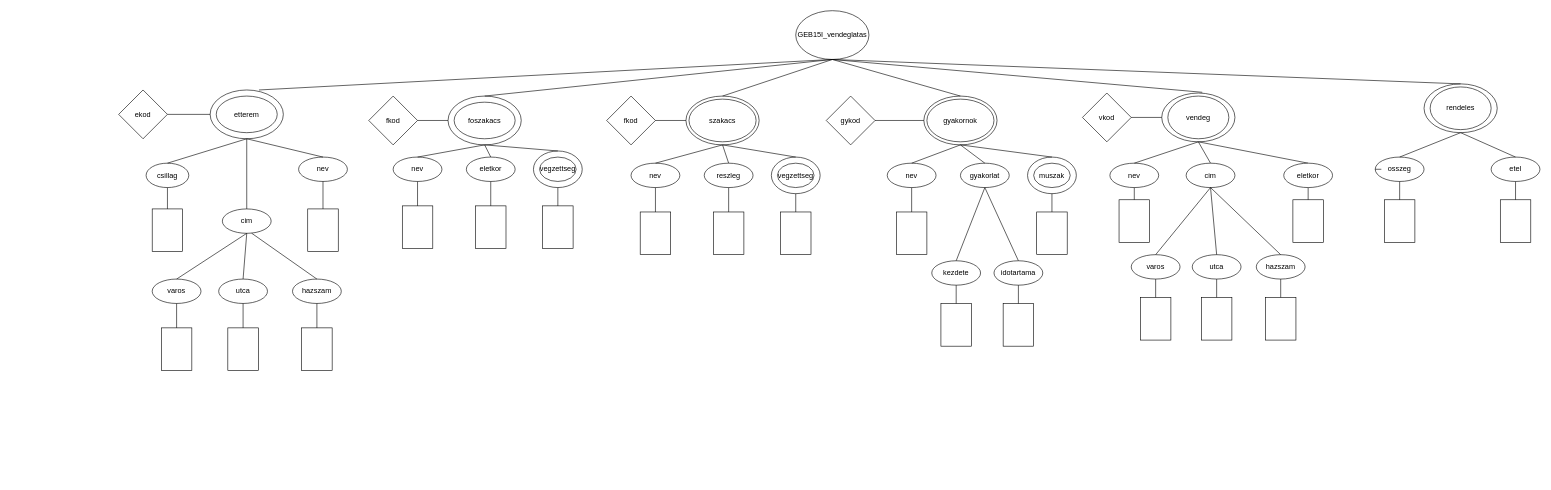
Above: GEB15I_1008/GEB15I_vendeglatas.drawio in kdavid16/GEB15IWebXML (draw.io), before the change. Source tidied: cells renumbered, new cells numbered last; positions are measured from the earlier drawing's top-left corner, leaving out a move shared by most shapes. Both pictures are drawn from the tidied source at 61%, with x=0, y=0 at pixel (118, 10).
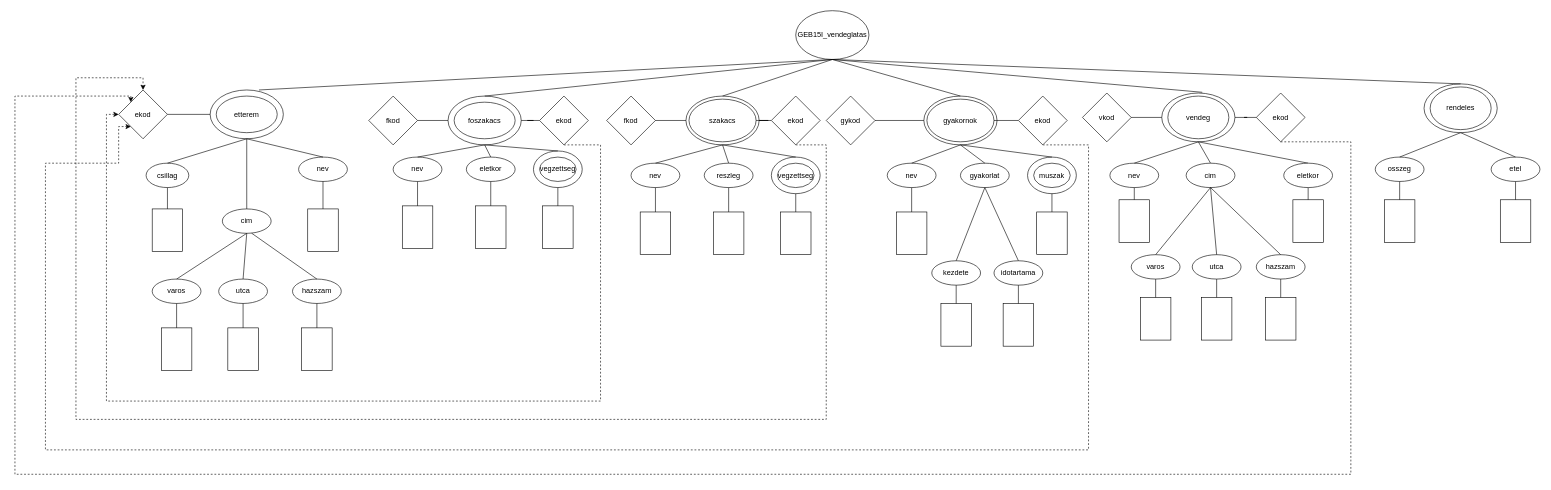
The same diagram, later.

Commit message:
negyedik gyakorlat

The change refers to these unchanged cells:
```xml
<mxCell id="5" style="ellipse;whiteSpace=wrap;html=1;" parent="1" vertex="1">
  <mxGeometry x="540" y="140" width="120" height="80" as="geometry" />
</mxCell>
<mxCell id="8" value="szakacs" style="ellipse;whiteSpace=wrap;html=1;" parent="1" vertex="1">
  <mxGeometry x="935" y="145" width="110" height="70" as="geometry" />
</mxCell>
<mxCell id="10" value="gyakornok" style="ellipse;whiteSpace=wrap;html=1;" parent="1" vertex="1">
  <mxGeometry x="1325" y="145" width="110" height="70" as="geometry" />
</mxCell>
<mxCell id="11" style="ellipse;whiteSpace=wrap;html=1;" parent="1" vertex="1">
  <mxGeometry x="1710" y="135" width="120" height="80" as="geometry" />
</mxCell>
<mxCell id="32" value="ekod" style="rhombus;whiteSpace=wrap;html=1;" parent="1" vertex="1">
  <mxGeometry y="130" width="80" height="80" as="geometry" />
</mxCell>
<mxCell id="120" value="osszeg" style="ellipse;whiteSpace=wrap;html=1;" parent="1" vertex="1">
  <mxGeometry x="2060" y="240" width="80" height="40" as="geometry" />
</mxCell>
```

Change to the diagram source:
```diff
@@
+    <mxCell id="129" style="edgeStyle=orthogonalEdgeStyle;rounded=0;jettySize=auto;html=1;exitX=0.5;exitY=1;exitDx=0;exitDy=0;entryX=0;entryY=0.5;entryDx=0;entryDy=0;dashed=1;" parent="1" edge="1" source="134" target="32">
+      <mxGeometry relative="1" as="geometry">
+        <Array as="points">
+          <mxPoint x="790" y="220" />
+          <mxPoint x="790" y="640" />
+          <mxPoint x="-20" y="640" />
+          <mxPoint x="-20" y="170" />
+        </Array>
+      </mxGeometry>
+    </mxCell>
@@
+    <mxCell id="130" style="edgeStyle=orthogonalEdgeStyle;rounded=0;jettySize=auto;html=1;exitX=0.5;exitY=1;exitDx=0;exitDy=0;entryX=0.5;entryY=0;entryDx=0;entryDy=0;dashed=1;" parent="1" edge="1" source="136" target="32">
+      <mxGeometry relative="1" as="geometry">
+        <Array as="points">
+          <mxPoint x="1160" y="220" />
+          <mxPoint x="1160" y="670" />
+          <mxPoint x="-70" y="670" />
+          <mxPoint x="-70" y="110" />
+          <mxPoint x="40" y="110" />
+        </Array>
+      </mxGeometry>
+    </mxCell>
@@
+    <mxCell id="131" style="edgeStyle=orthogonalEdgeStyle;rounded=0;jettySize=auto;html=1;exitX=0.5;exitY=1;exitDx=0;exitDy=0;entryX=0;entryY=1;entryDx=0;entryDy=0;dashed=1;" parent="1" edge="1" source="138" target="32">
+      <mxGeometry relative="1" as="geometry">
+        <Array as="points">
+          <mxPoint x="1590" y="220" />
+          <mxPoint x="1590" y="720" />
+          <mxPoint x="-120" y="720" />
+          <mxPoint x="-120" y="250" />
+          <mxPoint y="250" />
+          <mxPoint y="190" />
+        </Array>
+      </mxGeometry>
+    </mxCell>
@@
+    <mxCell id="132" style="edgeStyle=orthogonalEdgeStyle;rounded=0;jettySize=auto;html=1;exitX=0.5;exitY=1;exitDx=0;exitDy=0;entryX=0;entryY=0;entryDx=0;entryDy=0;dashed=1;" parent="1" edge="1" source="140" target="32">
+      <mxGeometry relative="1" as="geometry">
+        <Array as="points">
+          <mxPoint x="2020" y="215" />
+          <mxPoint x="2020" y="760" />
+          <mxPoint x="-170" y="760" />
+          <mxPoint x="-170" y="140" />
+          <mxPoint x="20" y="140" />
+        </Array>
+      </mxGeometry>
+    </mxCell>
@@
-    <mxCell id="126" style="endArrow=none;html=1;rounded=0;" parent="1" edge="1" source="120">
-      <mxGeometry relative="1" as="geometry">
-        <mxPoint x="2070" y="260" as="targetPoint" />
-      </mxGeometry>
-    </mxCell>
@@
+    <mxCell id="133" style="edgeStyle=orthogonalEdgeStyle;rounded=0;jettySize=auto;html=1;entryX=1;entryY=0.5;entryDx=0;entryDy=0;endArrow=none;endFill=0;" parent="1" edge="1" source="134" target="5">
+      <mxGeometry relative="1" as="geometry" />
+    </mxCell>
+    <mxCell id="134" value="ekod" style="rhombus;whiteSpace=wrap;html=1;" parent="1" vertex="1">
+      <mxGeometry x="690" y="140" width="80" height="80" as="geometry" />
+    </mxCell>
+    <mxCell id="135" style="edgeStyle=orthogonalEdgeStyle;rounded=0;jettySize=auto;html=1;endArrow=none;endFill=0;" parent="1" edge="1" source="136" target="8">
+      <mxGeometry relative="1" as="geometry" />
+    </mxCell>
+    <mxCell id="136" value="ekod" style="rhombus;whiteSpace=wrap;html=1;" parent="1" vertex="1">
+      <mxGeometry x="1070" y="140" width="80" height="80" as="geometry" />
+    </mxCell>
+    <mxCell id="137" style="edgeStyle=orthogonalEdgeStyle;rounded=0;jettySize=auto;html=1;endArrow=none;endFill=0;" parent="1" edge="1" source="138" target="10">
+      <mxGeometry relative="1" as="geometry" />
+    </mxCell>
+    <mxCell id="138" value="ekod" style="rhombus;whiteSpace=wrap;html=1;" parent="1" vertex="1">
+      <mxGeometry x="1475" y="140" width="80" height="80" as="geometry" />
+    </mxCell>
+    <mxCell id="139" style="edgeStyle=orthogonalEdgeStyle;rounded=0;jettySize=auto;html=1;entryX=1;entryY=0.5;entryDx=0;entryDy=0;endArrow=none;endFill=0;" parent="1" edge="1" source="140" target="11">
+      <mxGeometry relative="1" as="geometry" />
+    </mxCell>
+    <mxCell id="140" value="ekod" style="rhombus;whiteSpace=wrap;html=1;" parent="1" vertex="1">
+      <mxGeometry x="1865" y="135" width="80" height="80" as="geometry" />
+    </mxCell>
```
